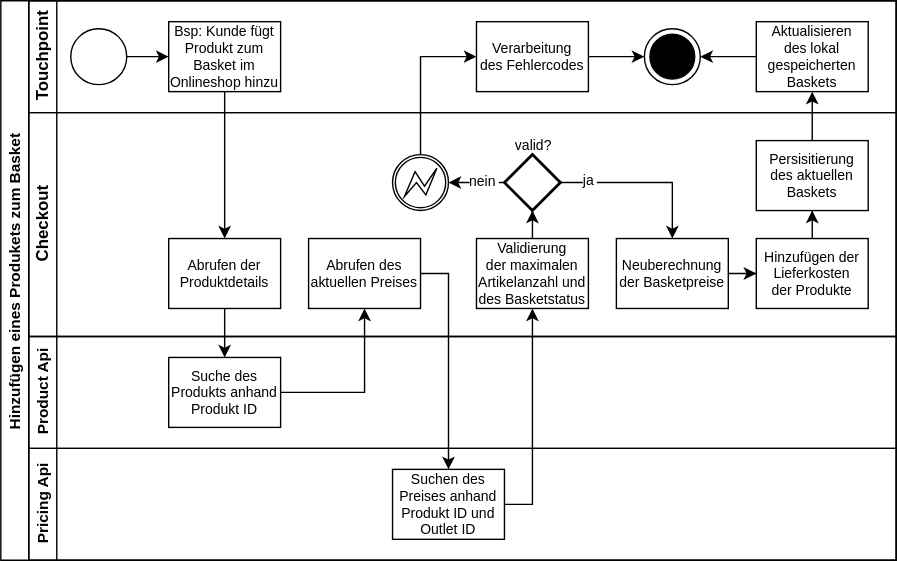
This is svg/SL AddProduct.svg from Thalmaier/bachelor-thesis, a draw.io export, as it was before one commit. Source tidied: cells renumbered, new cells last; positions are measured from the earlier drawing's top-left corner, leaving out a move shared by most shapes.
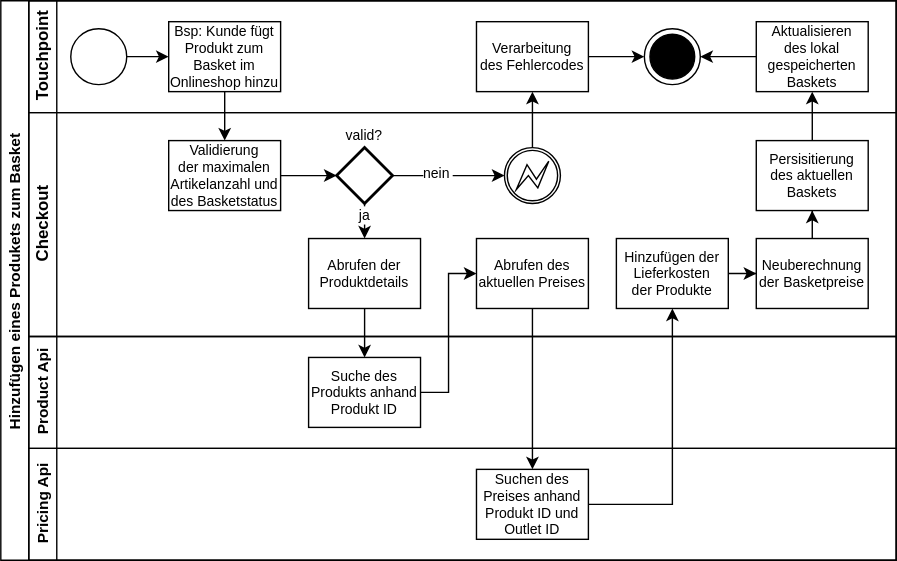
After the change.

Change to the diagram source:
```diff
@@ -32,93 +32,108 @@
     <mxCell id="11" value="Aktualisieren&#10;des lokal&#10;gespeicherten&#10;Baskets" style="rounded=0;fontFamily=Helvetica;fontSize=10;fontColor=#000000;align=center;strokeColor=#000000;fillColor=#FFFFFF;" parent="3" vertex="1">
       <mxGeometry x="520" y="15" width="80" height="50" as="geometry" />
     </mxCell>
-    <mxCell id="12" style="edgeStyle=orthogonalEdgeStyle;rounded=0;jettySize=auto;html=1;fontSize=10;fontColor=#000000;strokeColor=#000000;" parent="2" edge="1" source="6" target="15">
+    <mxCell id="12" style="edgeStyle=orthogonalEdgeStyle;rounded=0;jettySize=auto;html=1;fontSize=10;fontColor=#000000;strokeColor=#000000;" parent="2" edge="1" source="6" target="17">
       <mxGeometry relative="1" as="geometry" />
     </mxCell>
     <mxCell id="13" value="Checkout" style="swimlane;html=1;startSize=20;horizontal=0;fontColor=#000000;strokeColor=#000000;fillColor=none;" parent="2" vertex="1">
       <mxGeometry x="20" y="80" width="620" height="160" as="geometry" />
     </mxCell>
-    <mxCell id="14" value="Abrufen des&#10;aktuellen Preises" style="rounded=0;fontFamily=Helvetica;fontSize=10;fontColor=#000000;align=center;strokeColor=#000000;fillColor=#FFFFFF;" parent="13" vertex="1">
-      <mxGeometry x="200" y="90" width="80" height="50" as="geometry" />
-    </mxCell>
-    <mxCell id="15" value="Abrufen der&#10;Produktdetails" style="rounded=0;fontFamily=Helvetica;fontSize=10;fontColor=#000000;align=center;strokeColor=#000000;fillColor=#FFFFFF;" parent="13" vertex="1">
-      <mxGeometry x="100" y="90" width="80" height="50" as="geometry" />
-    </mxCell>
-    <mxCell id="16" style="edgeStyle=orthogonalEdgeStyle;rounded=0;jettySize=auto;html=1;exitX=0.5;exitY=0;exitDx=0;exitDy=0;fontSize=11;fontColor=#000000;strokeColor=#000000;" parent="13" edge="1" source="17" target="22">
+    <mxCell id="16" style="edgeStyle=orthogonalEdgeStyle;rounded=0;jettySize=auto;html=1;exitX=1;exitY=0.5;exitDx=0;exitDy=0;fontSize=11;fontColor=#000000;strokeColor=#000000;" parent="13" edge="1" source="17" target="22">
       <mxGeometry relative="1" as="geometry" />
     </mxCell>
     <mxCell id="17" value="Validierung&#10;der maximalen&#10;Artikelanzahl und&#10;des Basketstatus" style="rounded=0;fontFamily=Helvetica;fontSize=10;fontColor=#000000;align=center;strokeColor=#000000;fillColor=#FFFFFF;" parent="13" vertex="1">
-      <mxGeometry x="320" y="90" width="80" height="50" as="geometry" />
+      <mxGeometry x="100" y="20" width="80" height="50" as="geometry" />
     </mxCell>
     <mxCell id="18" style="edgeStyle=orthogonalEdgeStyle;rounded=0;jettySize=auto;html=1;fontSize=11;fontColor=#000000;strokeColor=#000000;" parent="13" edge="1" source="22" target="24">
       <mxGeometry relative="1" as="geometry" />
     </mxCell>
     <mxCell id="19" value="nein" style="edgeLabel;align=center;verticalAlign=middle;fontSize=10;fontColor=#000000;labelBackgroundColor=#FFFFFF;" parent="18" vertex="1">
       <mxGeometry x="-0.22" y="1" relative="1" as="geometry">
-        <mxPoint y="-2" as="offset" />
+        <mxPoint y="-1" as="offset" />
       </mxGeometry>
     </mxCell>
-    <mxCell id="20" style="edgeStyle=orthogonalEdgeStyle;rounded=0;jettySize=auto;html=1;exitX=1;exitY=0.5;exitDx=0;exitDy=0;exitPerimeter=0;entryX=0.5;entryY=0;entryDx=0;entryDy=0;fontSize=11;fontColor=#000000;strokeColor=#000000;" parent="13" edge="1" source="22" target="26">
-      <mxGeometry relative="1" as="geometry" />
-    </mxCell>
-    <mxCell id="21" value="ja" style="edgeLabel;align=center;verticalAlign=middle;fontSize=10;fontColor=#000000;labelBackgroundColor=#FFFFFF;" parent="20" vertex="1">
-      <mxGeometry x="-0.64" y="1" relative="1" as="geometry">
-        <mxPoint x="-1" y="-1" as="offset" />
-      </mxGeometry>
-    </mxCell>
     <mxCell id="22" style="strokeWidth=2;html=1;shape=mxgraph.flowchart.decision;whiteSpace=wrap;fontSize=10;fontColor=#000000;fillColor=#FFFFFF;strokeColor=#000000;" parent="13" vertex="1">
-      <mxGeometry x="340" y="30" width="40" height="40" as="geometry" />
+      <mxGeometry x="220" y="25" width="40" height="40" as="geometry" />
     </mxCell>
-    <mxCell id="23" value="valid?" style="text;strokeColor=none;fillColor=none;align=center;verticalAlign=middle;fontSize=10;fontColor=#000000;labelBackgroundColor=none;" parent="13" vertex="1">
-      <mxGeometry x="333.5" y="19" width="55" height="8" as="geometry" />
-    </mxCell>
     <mxCell id="24" style="points=[[0.145,0.145,0],[0.5,0,0],[0.855,0.145,0],[1,0.5,0],[0.855,0.855,0],[0.5,1,0],[0.145,0.855,0],[0,0.5,0]];shape=mxgraph.bpmn.event;html=1;verticalLabelPosition=bottom;labelBackgroundColor=#ffffff;verticalAlign=top;align=center;perimeter=ellipsePerimeter;outlineConnect=0;outline=boundInt;symbol=error;fontSize=10;fontColor=#000000;strokeColor=#000000;fillColor=#FFFFFF;" parent="13" vertex="1">
-      <mxGeometry x="260" y="30" width="40" height="40" as="geometry" />
+      <mxGeometry x="340" y="25" width="40" height="40" as="geometry" />
     </mxCell>
-    <mxCell id="25" style="edgeStyle=orthogonalEdgeStyle;rounded=0;jettySize=auto;html=1;entryX=0;entryY=0.5;entryDx=0;entryDy=0;fontSize=11;fontColor=#000000;strokeColor=#000000;" parent="13" edge="1" source="26" target="28">
-      <mxGeometry relative="1" as="geometry" />
-    </mxCell>
     <mxCell id="26" value="Neuberechnung&#10;der Basketpreise" style="rounded=0;fontFamily=Helvetica;fontSize=10;fontColor=#000000;align=center;strokeColor=#000000;fillColor=#FFFFFF;" parent="13" vertex="1">
-      <mxGeometry x="420" y="90" width="80" height="50" as="geometry" />
+      <mxGeometry x="520" y="90" width="80" height="50" as="geometry" />
     </mxCell>
-    <mxCell id="27" style="edgeStyle=orthogonalEdgeStyle;rounded=0;jettySize=auto;html=1;entryX=0.5;entryY=1;entryDx=0;entryDy=0;fontSize=11;fontColor=#000000;strokeColor=#000000;" parent="13" edge="1" source="28" target="29">
+    <mxCell id="27" style="edgeStyle=orthogonalEdgeStyle;rounded=0;jettySize=auto;html=1;entryX=0.5;entryY=1;entryDx=0;entryDy=0;fontSize=11;fontColor=#000000;strokeColor=#000000;" parent="13" edge="1" source="26" target="29">
       <mxGeometry relative="1" as="geometry" />
     </mxCell>
+    <mxCell id="29" value="Persisitierung&#10;des aktuellen&#10;Baskets" style="rounded=0;fontFamily=Helvetica;fontSize=10;fontColor=#000000;align=center;strokeColor=#000000;fillColor=#FFFFFF;" parent="13" vertex="1">
+      <mxGeometry x="520" y="20" width="80" height="50" as="geometry" />
+    </mxCell>
+    <mxCell id="23" value="valid?" style="text;strokeColor=none;fillColor=none;align=center;verticalAlign=middle;fontSize=10;fontColor=#000000;labelBackgroundColor=none;" parent="13" vertex="1">
+      <mxGeometry x="212.5" y="6" width="55" height="20" as="geometry" />
+    </mxCell>
+    <mxCell id="14" value="Abrufen des&#10;aktuellen Preises" style="rounded=0;fontFamily=Helvetica;fontSize=10;fontColor=#000000;align=center;strokeColor=#000000;fillColor=#FFFFFF;" parent="13" vertex="1">
+      <mxGeometry x="320" y="90" width="80" height="50" as="geometry" />
+    </mxCell>
+    <mxCell id="40" style="edgeStyle=orthogonalEdgeStyle;rounded=0;jettySize=auto;html=1;" parent="13" edge="1" source="28" target="26">
+      <mxGeometry relative="1" as="geometry" />
+    </mxCell>
     <mxCell id="28" value="Hinzufügen der&#10;Lieferkosten&#10;der Produkte" style="rounded=0;fontFamily=Helvetica;fontSize=10;fontColor=#000000;align=center;strokeColor=#000000;fillColor=#FFFFFF;" parent="13" vertex="1">
-      <mxGeometry x="520" y="90" width="80" height="50" as="geometry" />
+      <mxGeometry x="420" y="90" width="80" height="50" as="geometry" />
     </mxCell>
-    <mxCell id="29" value="Persisitierung&#10;des aktuellen&#10;Baskets" style="rounded=0;fontFamily=Helvetica;fontSize=10;fontColor=#000000;align=center;strokeColor=#000000;fillColor=#FFFFFF;" parent="13" vertex="1">
-      <mxGeometry x="520" y="20" width="80" height="50" as="geometry" />
-    </mxCell>
     <mxCell id="30" value="Product Api" style="swimlane;html=1;startSize=20;horizontal=0;fontColor=#000000;strokeColor=#000000;fontSize=11;fillColor=none;" parent="2" vertex="1">
       <mxGeometry x="20" y="240" width="620" height="80" as="geometry" />
     </mxCell>
-    <mxCell id="31" value="Suche des &#10;Produkts anhand&#10;Produkt ID" style="rounded=0;fontFamily=Helvetica;fontSize=10;fontColor=#000000;align=center;strokeColor=#000000;fillColor=#FFFFFF;" parent="30" vertex="1">
-      <mxGeometry x="100" y="15" width="80" height="50" as="geometry" />
-    </mxCell>
-    <mxCell id="32" style="edgeStyle=orthogonalEdgeStyle;rounded=0;jettySize=auto;html=1;fontSize=11;fontColor=#000000;strokeColor=#000000;" parent="2" edge="1" source="15" target="31">
-      <mxGeometry relative="1" as="geometry" />
+    <mxCell id="32" style="edgeStyle=orthogonalEdgeStyle;rounded=0;jettySize=auto;html=1;fontSize=11;fontColor=#000000;strokeColor=#000000;" parent="2" edge="1" target="x">
+      <mxGeometry relative="1" as="geometry">
+        <mxPoint x="160" y="220" as="sourcePoint" />
+      </mxGeometry>
     </mxCell>
-    <mxCell id="33" style="edgeStyle=orthogonalEdgeStyle;rounded=0;jettySize=auto;html=1;entryX=0.5;entryY=1;entryDx=0;entryDy=0;fontSize=11;fontColor=#000000;strokeColor=#000000;exitX=1;exitY=0.5;exitDx=0;exitDy=0;" parent="2" edge="1" source="36" target="17">
-      <mxGeometry relative="1" as="geometry" />
-    </mxCell>
-    <mxCell id="34" style="edgeStyle=orthogonalEdgeStyle;rounded=0;jettySize=auto;html=1;fontSize=11;fontColor=#000000;strokeColor=#000000;entryX=0.5;entryY=0;entryDx=0;entryDy=0;exitX=1;exitY=0.5;exitDx=0;exitDy=0;" parent="2" edge="1" source="14" target="36">
-      <mxGeometry relative="1" as="geometry" />
+    <mxCell id="34" style="edgeStyle=orthogonalEdgeStyle;rounded=0;jettySize=auto;html=1;fontSize=11;fontColor=#000000;strokeColor=#000000;entryX=0.5;entryY=0;entryDx=0;entryDy=0;exitX=1;exitY=0.5;exitDx=0;exitDy=0;" parent="2" edge="1" target="x">
+      <mxGeometry relative="1" as="geometry">
+        <mxPoint x="300" y="195" as="sourcePoint" />
+      </mxGeometry>
     </mxCell>
     <mxCell id="35" value="Pricing Api" style="swimlane;html=1;startSize=20;horizontal=0;fontColor=#000000;strokeColor=#000000;fontSize=11;fillColor=none;" parent="2" vertex="1">
       <mxGeometry x="20" y="320" width="620" height="80" as="geometry" />
     </mxCell>
+    <mxCell id="41" style="edgeStyle=orthogonalEdgeStyle;rounded=0;jettySize=auto;html=1;" parent="35" edge="1" source="15" target="31">
+      <mxGeometry relative="1" as="geometry" />
+    </mxCell>
+    <mxCell id="15" value="Abrufen der&#10;Produktdetails" style="rounded=0;fontFamily=Helvetica;fontSize=10;fontColor=#000000;align=center;strokeColor=#000000;fillColor=#FFFFFF;" parent="35" vertex="1">
+      <mxGeometry x="200" y="-150" width="80" height="50" as="geometry" />
+    </mxCell>
+    <mxCell id="31" value="Suche des &#10;Produkts anhand&#10;Produkt ID" style="rounded=0;fontFamily=Helvetica;fontSize=10;fontColor=#000000;align=center;strokeColor=#000000;fillColor=#FFFFFF;" parent="35" vertex="1">
+      <mxGeometry x="200" y="-65" width="80" height="50" as="geometry" />
+    </mxCell>
     <mxCell id="36" value="Suchen des&#10;Preises anhand&#10;Produkt ID und&#10;Outlet ID" style="rounded=0;fontFamily=Helvetica;fontSize=10;fontColor=#000000;align=center;strokeColor=#000000;fillColor=#FFFFFF;" parent="35" vertex="1">
-      <mxGeometry x="260" y="15" width="80" height="50" as="geometry" />
+      <mxGeometry x="320" y="15" width="80" height="50" as="geometry" />
     </mxCell>
-    <mxCell id="37" style="edgeStyle=orthogonalEdgeStyle;rounded=0;jettySize=auto;html=1;entryX=0;entryY=0.5;entryDx=0;entryDy=0;fontSize=11;fontColor=#000000;strokeColor=#000000;exitX=0.5;exitY=0;exitDx=0;exitDy=0;exitPerimeter=0;" parent="2" edge="1" source="24" target="8">
+    <mxCell id="37" style="edgeStyle=orthogonalEdgeStyle;rounded=0;jettySize=auto;html=1;fontSize=11;fontColor=#000000;strokeColor=#000000;exitX=0.5;exitY=0;exitDx=0;exitDy=0;exitPerimeter=0;" parent="2" edge="1" source="24" target="8">
       <mxGeometry relative="1" as="geometry" />
     </mxCell>
     <mxCell id="38" style="edgeStyle=orthogonalEdgeStyle;rounded=0;jettySize=auto;html=1;entryX=0.5;entryY=1;entryDx=0;entryDy=0;fontSize=11;fontColor=#000000;strokeColor=#000000;" parent="2" edge="1" source="29" target="11">
       <mxGeometry relative="1" as="geometry" />
     </mxCell>
-    <mxCell id="39" style="edgeStyle=orthogonalEdgeStyle;rounded=0;jettySize=auto;html=1;exitX=1;exitY=0.5;exitDx=0;exitDy=0;entryX=0.5;entryY=1;entryDx=0;entryDy=0;fontSize=11;fontColor=#000000;strokeColor=#000000;" parent="2" edge="1" source="31" target="14">
-      <mxGeometry relative="1" as="geometry" />
+    <mxCell id="39" style="edgeStyle=orthogonalEdgeStyle;rounded=0;jettySize=auto;html=1;exitX=1;exitY=0.5;exitDx=0;exitDy=0;entryX=0.5;entryY=1;entryDx=0;entryDy=0;fontSize=11;fontColor=#000000;strokeColor=#000000;" parent="2" edge="1" source="x">
+      <mxGeometry relative="1" as="geometry">
+        <mxPoint x="260" y="220" as="targetPoint" />
+      </mxGeometry>
     </mxCell>
+    <mxCell id="20" style="edgeStyle=orthogonalEdgeStyle;rounded=0;jettySize=auto;html=1;exitX=0.5;exitY=1;exitDx=0;exitDy=0;exitPerimeter=0;fontSize=11;fontColor=#000000;strokeColor=#000000;" parent="2" edge="1" source="22" target="15">
+      <mxGeometry relative="1" as="geometry" />
+    </mxCell>
+    <mxCell id="21" value="ja" style="edgeLabel;align=center;verticalAlign=middle;fontSize=10;fontColor=#000000;labelBackgroundColor=#FFFFFF;" parent="20" vertex="1">
+      <mxGeometry x="-0.64" y="1" relative="1" as="geometry">
+        <mxPoint x="-1" y="-2" as="offset" />
+      </mxGeometry>
+    </mxCell>
+    <mxCell id="42" style="edgeStyle=orthogonalEdgeStyle;rounded=0;jettySize=auto;html=1;exitX=1;exitY=0.5;exitDx=0;exitDy=0;" parent="2" edge="1" source="36" target="28">
+      <mxGeometry relative="1" as="geometry" />
+    </mxCell>
+    <mxCell id="43" style="edgeStyle=orthogonalEdgeStyle;rounded=0;jettySize=auto;html=1;entryX=0;entryY=0.5;entryDx=0;entryDy=0;" parent="2" edge="1" source="31" target="14">
+      <mxGeometry relative="1" as="geometry" />
+    </mxCell>
+    <mxCell id="44" style="edgeStyle=orthogonalEdgeStyle;rounded=0;jettySize=auto;html=1;exitX=0.5;exitY=1;exitDx=0;exitDy=0;" parent="2" edge="1" source="14" target="36">
+      <mxGeometry relative="1" as="geometry" />
+    </mxCell>
   </root>
 </mxGraphModel>
```
